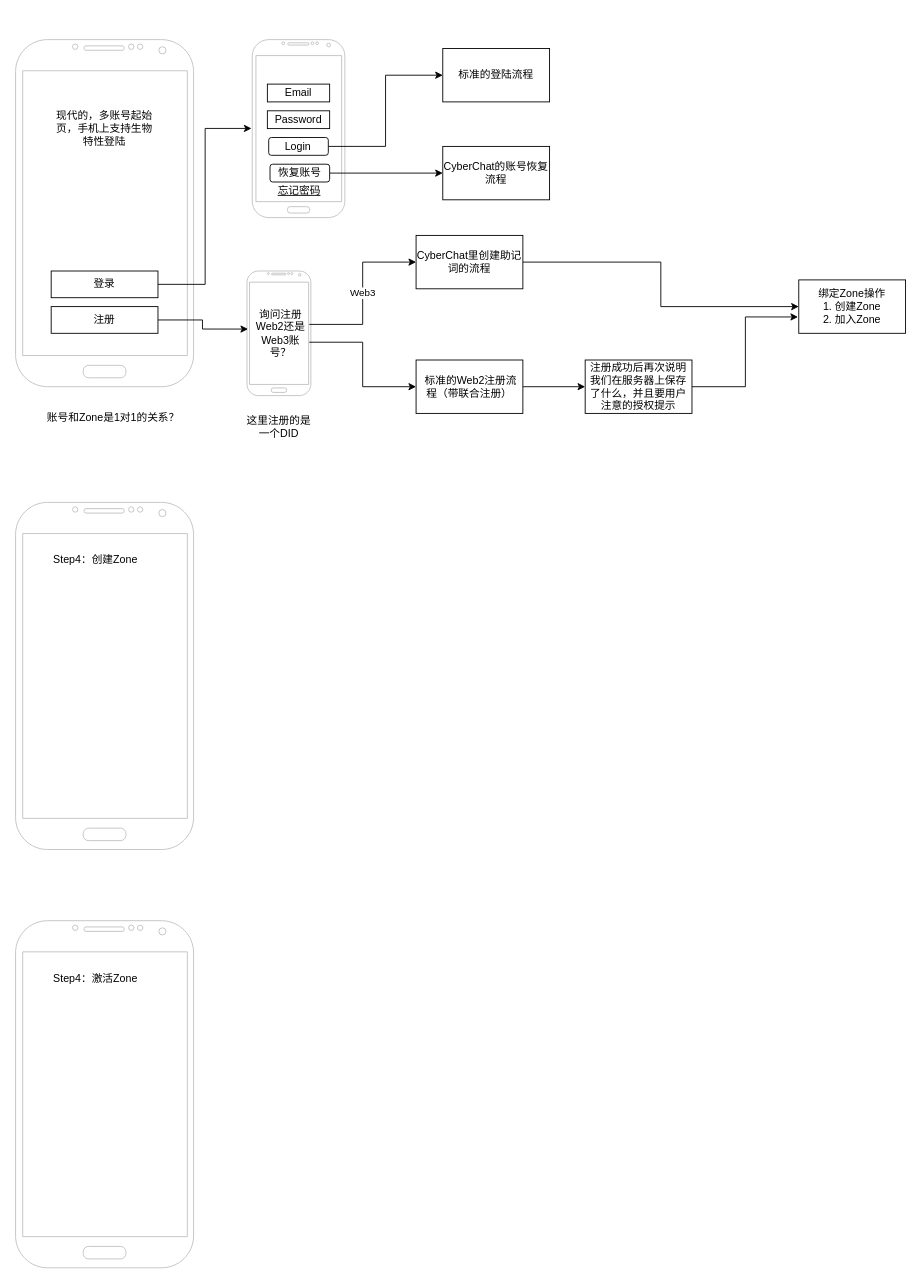
The draw.io diagram page "Account Init" (6 of 20) of doc/UI.drawio in buckyos/buckyos, before the edit. Source tidied: cells renumbered, new cells numbered last; positions are measured from the earlier drawing's top-left corner, leaving out a move shared by most shapes. Both pictures are drawn from the tidied source at 89%, with x=0, y=0 at pixel (15, 39).
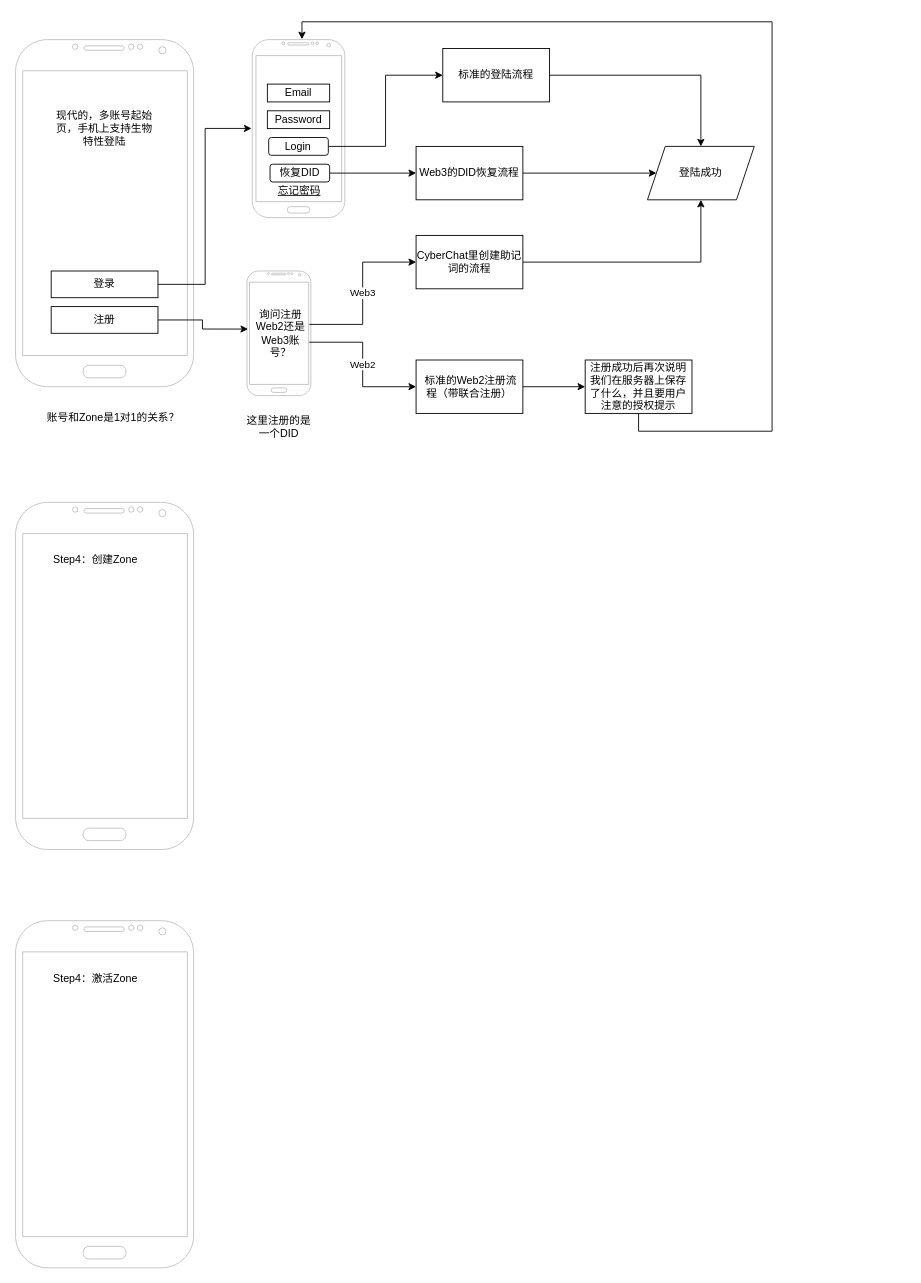
After the change.

Unchanged cells that the change refers to:
```xml
<mxCell id="8" value="询问注册Web2还是Web3账号？" style="text;html=1;strokeColor=none;fillColor=none;align=center;verticalAlign=middle;whiteSpace=wrap;rounded=0;" parent="1" vertex="1">
  <mxGeometry x="265.9" y="310" width="64.1" height="40" as="geometry" />
</mxCell>
<mxCell id="10" value="CyberChat里创建助记词的流程" style="rounded=0;whiteSpace=wrap;html=1;" parent="1" vertex="1">
  <mxGeometry x="450" y="220" width="120" height="60" as="geometry" />
</mxCell>
<mxCell id="12" value="&amp;nbsp;标准的Web2注册流程（带联合注册）" style="rounded=0;whiteSpace=wrap;html=1;" parent="1" vertex="1">
  <mxGeometry x="450" y="360" width="120" height="60" as="geometry" />
</mxCell>
<mxCell id="13" value="注册成功后再次说明我们在服务器上保存了什么，并且要用户注意的授权提示" style="rounded=0;whiteSpace=wrap;html=1;" parent="1" vertex="1">
  <mxGeometry x="640" y="360" width="120" height="60" as="geometry" />
</mxCell>
<mxCell id="14" style="verticalLabelPosition=bottom;verticalAlign=top;html=1;shadow=0;dashed=0;strokeWidth=1;shape=mxgraph.android.phone2;strokeColor=#c0c0c0;" parent="1" vertex="1">
  <mxGeometry x="265.9" width="104.1" height="200" as="geometry" />
</mxCell>
<mxCell id="24" value="标准的登陆流程" style="rounded=0;whiteSpace=wrap;html=1;" parent="1" vertex="1">
  <mxGeometry x="480" y="10" width="120" height="60" as="geometry" />
</mxCell>
```

Diff of the diagram source:
```diff
@@
-    <mxCell id="7" style="edgeStyle=orthogonalEdgeStyle;rounded=0;jettySize=auto;html=1;exitX=1;exitY=0.75;exitDx=0;exitDy=0;entryX=0;entryY=0.5;entryDx=0;entryDy=0;" parent="1" edge="1" source="8" target="12">
+    <mxCell id="7" value="Web2" style="edgeStyle=orthogonalEdgeStyle;rounded=0;jettySize=auto;html=1;exitX=1;exitY=0.75;exitDx=0;exitDy=0;entryX=0;entryY=0.5;entryDx=0;entryDy=0;" parent="1" edge="1" source="8" target="12">
       <mxGeometry relative="1" as="geometry" />
     </mxCell>
@@
-    <mxCell id="9" style="edgeStyle=orthogonalEdgeStyle;rounded=0;jettySize=auto;html=1;exitX=1;exitY=0.5;exitDx=0;exitDy=0;" parent="1" edge="1" source="10" target="26">
-      <mxGeometry relative="1" as="geometry" />
-    </mxCell>
+    <mxCell id="35" style="edgeStyle=orthogonalEdgeStyle;rounded=0;jettySize=auto;html=1;exitX=1;exitY=0.5;exitDx=0;exitDy=0;entryX=0.5;entryY=1;entryDx=0;entryDy=0;" parent="1" edge="1" source="10" target="37">
+      <mxGeometry relative="1" as="geometry" />
+    </mxCell>
@@
-    <mxCell id="21" value="恢复账号" style="rounded=1;whiteSpace=wrap;html=1;" parent="1" vertex="1">
+    <mxCell id="21" value="恢复DID" style="rounded=1;whiteSpace=wrap;html=1;" parent="1" vertex="1">
       <mxGeometry x="285.9" y="140" width="67" height="20" as="geometry" />
     </mxCell>
@@
+    <mxCell id="36" style="edgeStyle=orthogonalEdgeStyle;rounded=0;jettySize=auto;html=1;exitX=1;exitY=0.5;exitDx=0;exitDy=0;" parent="1" edge="1" source="23" target="37">
+      <mxGeometry relative="1" as="geometry" />
+    </mxCell>
-    <mxCell id="23" value="CyberChat的账号恢复流程" style="rounded=0;whiteSpace=wrap;html=1;" parent="1" vertex="1">
-      <mxGeometry x="480" y="120" width="120" height="60" as="geometry" />
+    <mxCell id="23" value="Web3的DID恢复流程" style="rounded=0;whiteSpace=wrap;html=1;" parent="1" vertex="1">
+      <mxGeometry x="450" y="120" width="120" height="60" as="geometry" />
     </mxCell>
@@
-    <mxCell id="26" value="绑定Zone操作&lt;br&gt;1. 创建Zone&lt;br&gt;2. 加入Zone" style="rounded=0;whiteSpace=wrap;html=1;" parent="1" vertex="1">
-      <mxGeometry x="880" y="270" width="120" height="60" as="geometry" />
-    </mxCell>
@@
-    <mxCell id="30" style="edgeStyle=orthogonalEdgeStyle;rounded=0;jettySize=auto;html=1;exitX=1;exitY=0.5;exitDx=0;exitDy=0;entryX=-0.007;entryY=0.694;entryDx=0;entryDy=0;entryPerimeter=0;" parent="1" edge="1" source="13" target="26">
-      <mxGeometry relative="1" as="geometry" />
-    </mxCell>
@@
+    <mxCell id="37" value="登陆成功" style="shape=parallelogram;perimeter=parallelogramPerimeter;whiteSpace=wrap;html=1;fixedSize=1;" parent="1" vertex="1">
+      <mxGeometry x="710" y="120" width="120" height="60" as="geometry" />
+    </mxCell>
+    <mxCell id="38" style="edgeStyle=orthogonalEdgeStyle;rounded=0;jettySize=auto;html=1;exitX=1;exitY=0.5;exitDx=0;exitDy=0;entryX=0.5;entryY=0;entryDx=0;entryDy=0;" parent="1" edge="1" source="24" target="37">
+      <mxGeometry relative="1" as="geometry" />
+    </mxCell>
+    <mxCell id="39" style="edgeStyle=orthogonalEdgeStyle;rounded=0;jettySize=auto;html=1;exitX=0.5;exitY=1;exitDx=0;exitDy=0;entryX=0.537;entryY=-0.002;entryDx=0;entryDy=0;entryPerimeter=0;" parent="1" edge="1" source="13" target="14">
+      <mxGeometry relative="1" as="geometry">
+        <Array as="points">
+          <mxPoint x="700" y="440" />
+          <mxPoint x="850" y="440" />
+          <mxPoint x="850" y="-20" />
+          <mxPoint x="322" y="-20" />
+        </Array>
+      </mxGeometry>
+    </mxCell>
```
